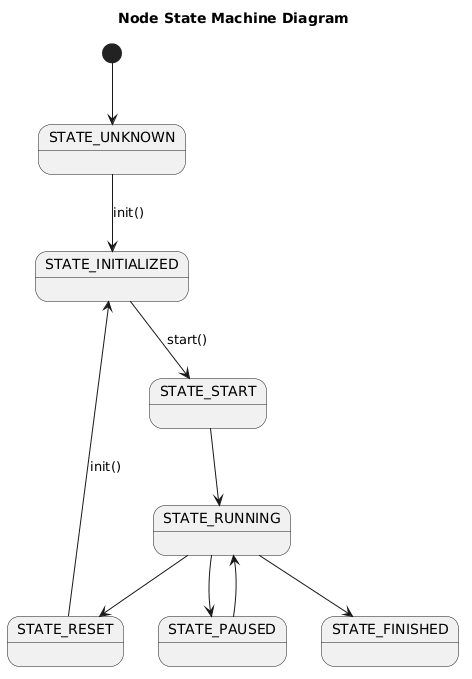
Earlier version of the PlantUML export include/robot_framework_ros/doc/puml/NodeStateMachineDiagram.png (fastrobotics/robot_framework_ros). The source it was exported from:
```plantuml
@startuml
title Node State Machine Diagram
[*] --> STATE_UNKNOWN
STATE_UNKNOWN --> STATE_INITIALIZED: init()
STATE_INITIALIZED --> STATE_START: start()
STATE_START --> STATE_RUNNING
STATE_RUNNING --> STATE_PAUSED
STATE_PAUSED --> STATE_RUNNING
STATE_RUNNING --> STATE_RESET
STATE_RESET --> STATE_INITIALIZED: init()
STATE_RUNNING --> STATE_FINISHED
@enduml
```
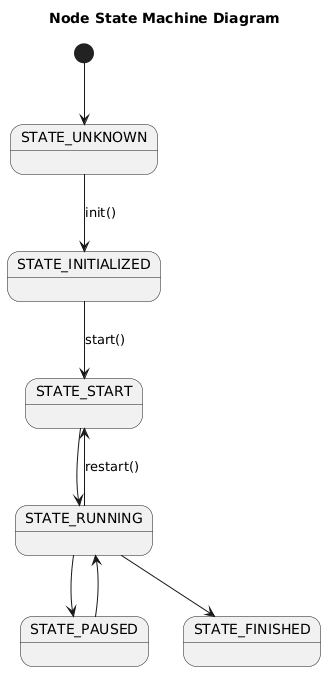
Above is the later version.

Change to the diagram source:
```diff
@@ -6,7 +6,6 @@
 STATE_START --> STATE_RUNNING
 STATE_RUNNING --> STATE_PAUSED
 STATE_PAUSED --> STATE_RUNNING
-STATE_RUNNING --> STATE_RESET
-STATE_RESET --> STATE_INITIALIZED: init()
+STATE_RUNNING --> STATE_START: restart()
 STATE_RUNNING --> STATE_FINISHED
 @enduml
```
